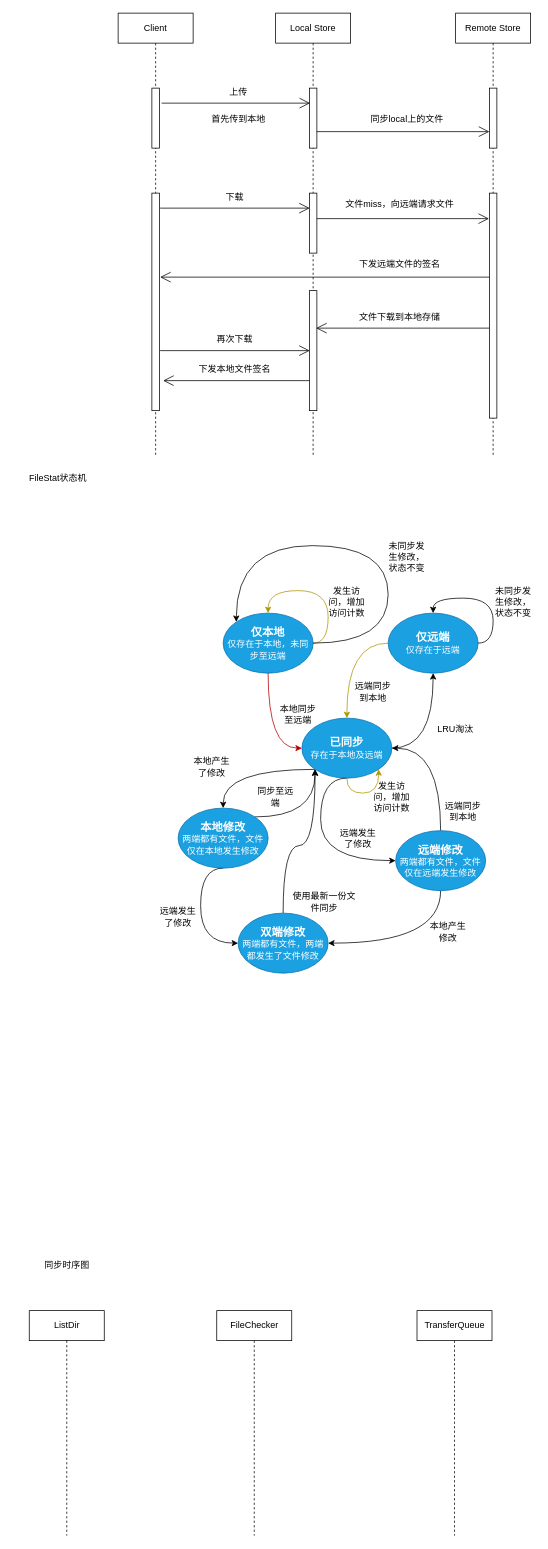
The draw.io diagram s3-sync-v2.drawio in furick/design, before the edit. Source tidied: cells renumbered, new cells numbered last; positions are measured from the earlier drawing's top-left corner, leaving out a move shared by most shapes. Both pictures are drawn from the tidied source at 75%, with x=0, y=0 at pixel (13, 13).
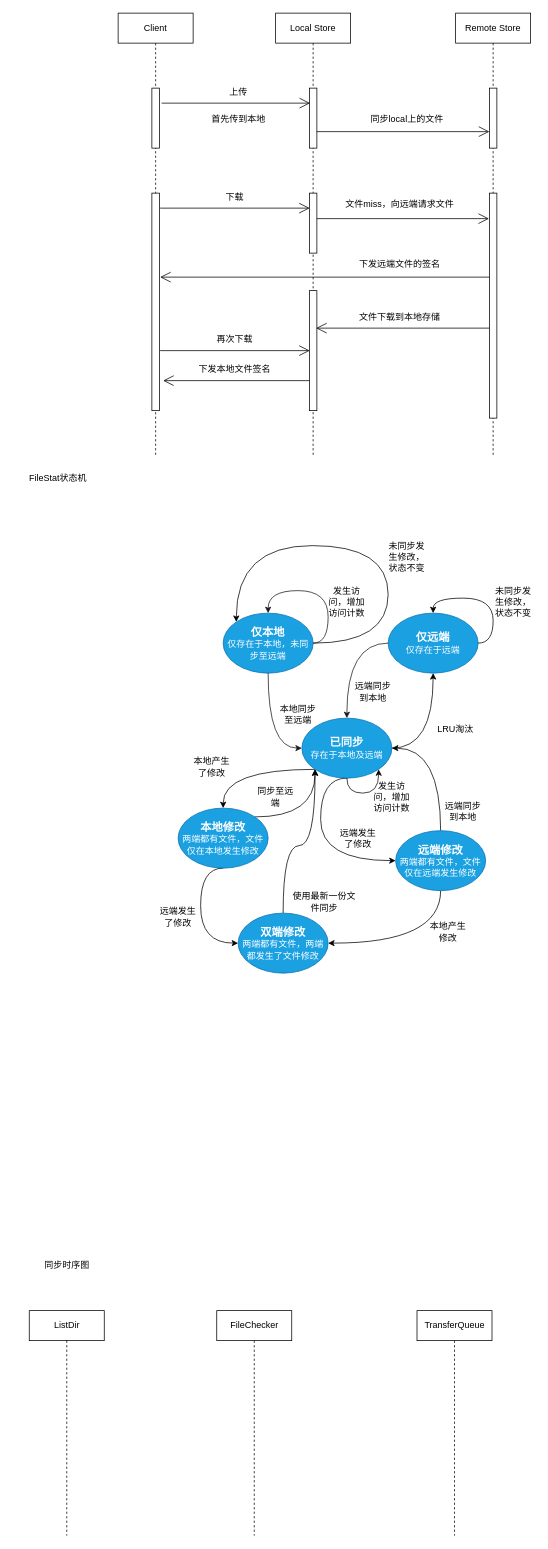
The same page after the edit.

Unchanged cells that the change refers to:
```xml
<mxCell id="35" value="&lt;font style=&quot;font-size: 15px;&quot;&gt;&lt;b&gt;仅本地&lt;/b&gt;&lt;/font&gt;&lt;br&gt;仅存在于本地，未同步至远端" style="ellipse;whiteSpace=wrap;html=1;fillColor=#1ba1e2;fontColor=#ffffff;strokeColor=#006EAF;" parent="1" vertex="1">
  <mxGeometry x="280" y="800" width="120" height="80" as="geometry" />
</mxCell>
<mxCell id="36" value="&lt;font style=&quot;font-size: 15px;&quot;&gt;&lt;b&gt;仅远端&lt;/b&gt;&lt;/font&gt;&lt;br&gt;仅存在于远端" style="ellipse;whiteSpace=wrap;html=1;fillColor=#1ba1e2;fontColor=#ffffff;strokeColor=#006EAF;" parent="1" vertex="1">
  <mxGeometry x="500" y="800" width="120" height="80" as="geometry" />
</mxCell>
<mxCell id="40" value="&lt;font style=&quot;font-size: 15px;&quot;&gt;&lt;b&gt;已同步&lt;/b&gt;&lt;/font&gt;&lt;br&gt;存在于本地及远端" style="ellipse;whiteSpace=wrap;html=1;fillColor=#1ba1e2;fontColor=#ffffff;strokeColor=#006EAF;" parent="1" vertex="1">
  <mxGeometry x="385" y="940" width="120" height="80" as="geometry" />
</mxCell>
```

What changed in the source:
```diff
@@
-    <mxCell id="34" style="edgeStyle=orthogonalEdgeStyle;rounded=0;orthogonalLoop=1;jettySize=auto;html=1;exitX=1;exitY=0.5;exitDx=0;exitDy=0;curved=1;entryX=0.5;entryY=0;entryDx=0;entryDy=0;fillColor=#e3c800;strokeColor=#B09500;" parent="1" edge="1" source="35" target="35">
+    <mxCell id="34" style="edgeStyle=orthogonalEdgeStyle;rounded=0;orthogonalLoop=1;jettySize=auto;html=1;exitX=1;exitY=0.5;exitDx=0;exitDy=0;curved=1;entryX=0.5;entryY=0;entryDx=0;entryDy=0;fillColor=#e3c800;strokeColor=#1A1A1A;" parent="1" edge="1" source="35" target="35">
       <mxGeometry relative="1" as="geometry">
         <Array as="points">
           <mxPoint x="420" y="840" />
           <mxPoint x="420" y="770" />
           <mxPoint x="340" y="770" />
         </Array>
       </mxGeometry>
     </mxCell>
@@
-    <mxCell id="41" style="edgeStyle=orthogonalEdgeStyle;rounded=0;jettySize=auto;html=1;exitX=0.5;exitY=1;exitDx=0;exitDy=0;entryX=0;entryY=0.5;entryDx=0;entryDy=0;curved=1;strokeColor=#B20000;" parent="1" edge="1" source="35" target="40">
+    <mxCell id="41" style="edgeStyle=orthogonalEdgeStyle;rounded=0;jettySize=auto;html=1;exitX=0.5;exitY=1;exitDx=0;exitDy=0;entryX=0;entryY=0.5;entryDx=0;entryDy=0;curved=1;strokeColor=#1A1A1A;" parent="1" edge="1" source="35" target="40">
       <mxGeometry relative="1" as="geometry" />
     </mxCell>
@@
-    <mxCell id="45" style="edgeStyle=orthogonalEdgeStyle;rounded=0;jettySize=auto;html=1;exitX=0;exitY=0.5;exitDx=0;exitDy=0;entryX=0.5;entryY=0;entryDx=0;entryDy=0;curved=1;fillColor=#e3c800;strokeColor=#B09500;" parent="1" edge="1" source="36" target="40">
+    <mxCell id="45" style="edgeStyle=orthogonalEdgeStyle;rounded=0;jettySize=auto;html=1;exitX=0;exitY=0.5;exitDx=0;exitDy=0;entryX=0.5;entryY=0;entryDx=0;entryDy=0;curved=1;fillColor=#e3c800;strokeColor=#1A1A1A;" parent="1" edge="1" source="36" target="40">
       <mxGeometry relative="1" as="geometry" />
     </mxCell>
-    <mxCell id="46" style="edgeStyle=orthogonalEdgeStyle;rounded=0;orthogonalLoop=1;jettySize=auto;html=1;exitX=0.5;exitY=1;exitDx=0;exitDy=0;entryX=1;entryY=1;entryDx=0;entryDy=0;curved=1;fillColor=#e3c800;strokeColor=#B09500;" parent="1" edge="1" source="40" target="40">
+    <mxCell id="46" style="edgeStyle=orthogonalEdgeStyle;rounded=0;orthogonalLoop=1;jettySize=auto;html=1;exitX=0.5;exitY=1;exitDx=0;exitDy=0;entryX=1;entryY=1;entryDx=0;entryDy=0;curved=1;fillColor=#e3c800;strokeColor=#0a0a0a;" parent="1" edge="1" source="40" target="40">
       <mxGeometry relative="1" as="geometry" />
     </mxCell>
```
